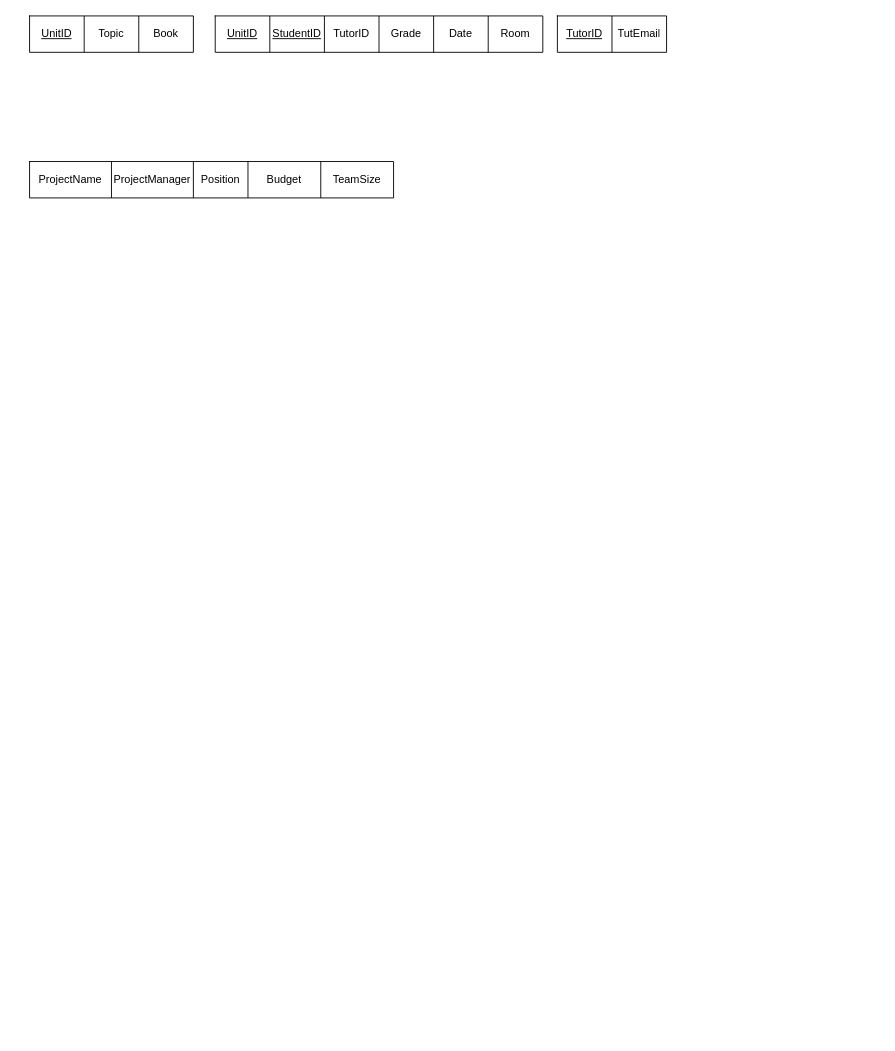
The draw.io diagram Lab5.drawio in AsselyaRaim/Databases-2021, before the edit. Source tidied: cells renumbered, new cells numbered last; positions are measured from the earlier drawing's top-left corner, leaving out a move shared by most shapes. Both pictures are drawn from the tidied source at 91%, with x=0, y=0 at pixel (29, 15).
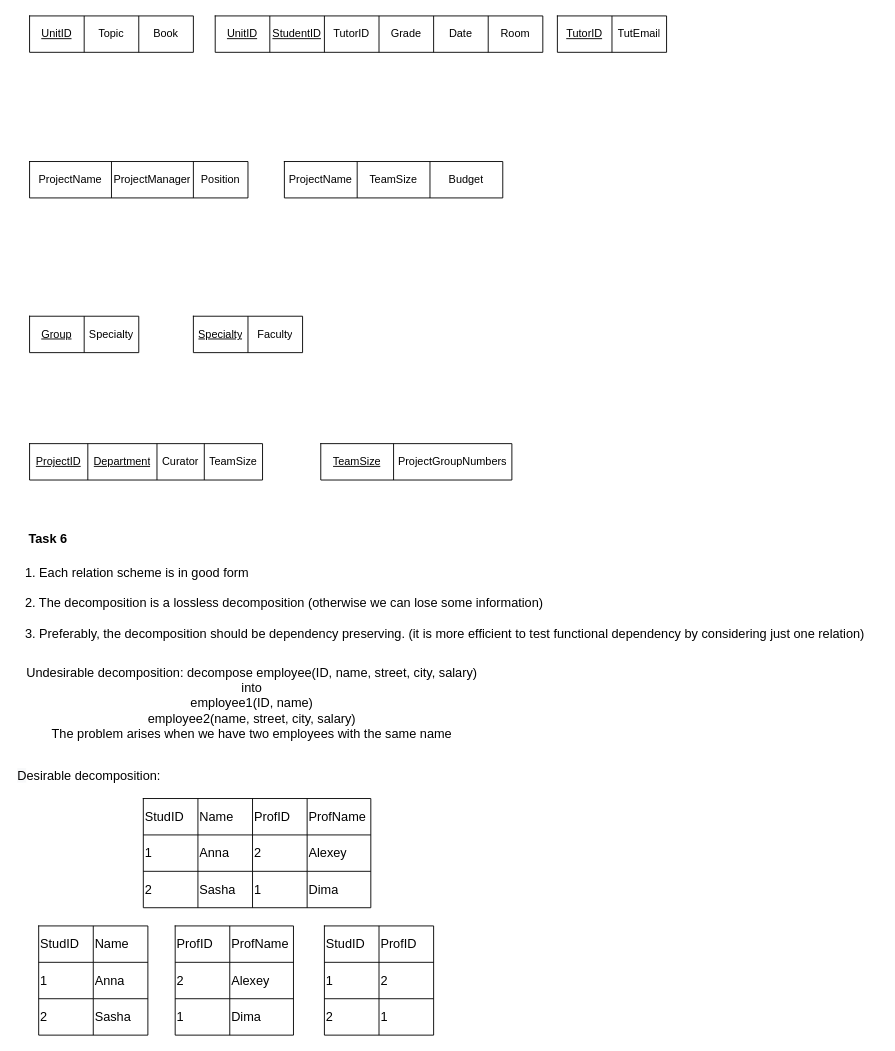
The same page after the edit.

The edit, as a diff of the source:
```diff
@@
     <mxCell id="19" style="shape=table;html=1;whiteSpace=wrap;startSize=0;childLayout=tableLayout;" parent="1" vertex="1">
-      <mxGeometry y="160" width="400" height="40" as="geometry" />
+      <mxGeometry y="160" width="240" height="40" as="geometry" />
     </mxCell>
     <mxCell id="20" style="shape=partialRectangle;html=1;whiteSpace=wrap;fillColor=none;top=0;left=0;bottom=0;right=0;" parent="19" vertex="1">
-      <mxGeometry width="400" height="40" as="geometry" />
+      <mxGeometry width="240" height="40" as="geometry" />
     </mxCell>
@@
+    <mxCell id="26" value="Room" style="shape=partialRectangle;html=1;whiteSpace=wrap;fillColor=none;top=0;left=0;bottom=0;right=0;overflow=hidden;" parent="1" vertex="1">
+      <mxGeometry x="504" width="60" height="40" as="geometry" />
+    </mxCell>
+    <mxCell id="27" style="shape=table;html=1;whiteSpace=wrap;startSize=0;childLayout=tableLayout;" parent="1" vertex="1">
+      <mxGeometry x="280" y="160" width="240" height="40" as="geometry" />
+    </mxCell>
+    <mxCell id="28" style="shape=partialRectangle;html=1;whiteSpace=wrap;fillColor=none;top=0;left=0;bottom=0;right=0;" parent="27" vertex="1">
+      <mxGeometry width="240" height="40" as="geometry" />
+    </mxCell>
+    <mxCell id="29" value="ProjectName" style="shape=partialRectangle;html=1;whiteSpace=wrap;fillColor=none;top=0;left=0;bottom=0;right=0;overflow=hidden;" parent="28" vertex="1">
+      <mxGeometry width="80" height="40" as="geometry" />
+    </mxCell>
+    <mxCell id="30" value="TeamSize" style="shape=partialRectangle;html=1;whiteSpace=wrap;fillColor=none;top=0;left=0;bottom=0;right=0;overflow=hidden;" parent="28" vertex="1">
+      <mxGeometry x="80" width="80" height="40" as="geometry" />
+    </mxCell>
-    <mxCell id="24" value="Budget" style="shape=partialRectangle;html=1;whiteSpace=wrap;fillColor=none;top=0;left=0;bottom=0;right=0;overflow=hidden;" parent="20" vertex="1">
-      <mxGeometry x="240" width="80" height="40" as="geometry" />
+    <mxCell id="24" value="Budget" style="shape=partialRectangle;html=1;whiteSpace=wrap;fillColor=none;top=0;left=0;bottom=0;right=0;overflow=hidden;" parent="28" vertex="1">
+      <mxGeometry x="160" width="80" height="40" as="geometry" />
     </mxCell>
-    <mxCell id="25" value="TeamSize" style="shape=partialRectangle;html=1;whiteSpace=wrap;fillColor=none;top=0;left=0;bottom=0;right=0;overflow=hidden;" parent="20" vertex="1">
-      <mxGeometry x="320" width="80" height="40" as="geometry" />
-    </mxCell>
-    <mxCell id="26" value="Room" style="shape=partialRectangle;html=1;whiteSpace=wrap;fillColor=none;top=0;left=0;bottom=0;right=0;overflow=hidden;" parent="1" vertex="1">
-      <mxGeometry x="504" width="60" height="40" as="geometry" />
-    </mxCell>
+    <mxCell id="31" style="shape=table;html=1;whiteSpace=wrap;startSize=0;childLayout=tableLayout;" parent="1" vertex="1">
+      <mxGeometry y="330" width="120" height="40" as="geometry" />
+    </mxCell>
+    <mxCell id="32" style="shape=partialRectangle;html=1;whiteSpace=wrap;fillColor=none;top=0;left=0;bottom=0;right=0;" parent="31" vertex="1">
+      <mxGeometry width="120" height="40" as="geometry" />
+    </mxCell>
+    <mxCell id="33" value="&lt;u&gt;Group&lt;/u&gt;" style="shape=partialRectangle;html=1;whiteSpace=wrap;fillColor=none;top=0;left=0;bottom=0;right=0;overflow=hidden;" parent="32" vertex="1">
+      <mxGeometry width="60" height="40" as="geometry" />
+    </mxCell>
+    <mxCell id="34" value="Specialty" style="shape=partialRectangle;html=1;whiteSpace=wrap;fillColor=none;top=0;left=0;bottom=0;right=0;overflow=hidden;" parent="32" vertex="1">
+      <mxGeometry x="60" width="60" height="40" as="geometry" />
+    </mxCell>
+    <mxCell id="35" style="shape=table;html=1;whiteSpace=wrap;startSize=0;childLayout=tableLayout;" parent="1" vertex="1">
+      <mxGeometry x="180" y="330" width="120" height="40" as="geometry" />
+    </mxCell>
+    <mxCell id="36" style="shape=partialRectangle;html=1;whiteSpace=wrap;fillColor=none;top=0;left=0;bottom=0;right=0;" parent="35" vertex="1">
+      <mxGeometry width="120" height="40" as="geometry" />
+    </mxCell>
+    <mxCell id="37" value="&lt;u&gt;Specialty&lt;/u&gt;" style="shape=partialRectangle;html=1;whiteSpace=wrap;fillColor=none;top=0;left=0;bottom=0;right=0;overflow=hidden;" parent="36" vertex="1">
+      <mxGeometry width="60" height="40" as="geometry" />
+    </mxCell>
+    <mxCell id="38" value="Faculty" style="shape=partialRectangle;html=1;whiteSpace=wrap;fillColor=none;top=0;left=0;bottom=0;right=0;overflow=hidden;" parent="36" vertex="1">
+      <mxGeometry x="60" width="60" height="40" as="geometry" />
+    </mxCell>
+    <mxCell id="39" style="shape=table;html=1;whiteSpace=wrap;startSize=0;childLayout=tableLayout;" parent="1" vertex="1">
+      <mxGeometry y="470" width="256" height="40" as="geometry" />
+    </mxCell>
+    <mxCell id="40" style="shape=partialRectangle;html=1;whiteSpace=wrap;fillColor=none;top=0;left=0;bottom=0;right=0;" parent="39" vertex="1">
+      <mxGeometry width="256" height="40" as="geometry" />
+    </mxCell>
+    <mxCell id="41" value="&lt;u&gt;ProjectID&lt;/u&gt;" style="shape=partialRectangle;html=1;whiteSpace=wrap;fillColor=none;top=0;left=0;bottom=0;right=0;overflow=hidden;" parent="40" vertex="1">
+      <mxGeometry width="64" height="40" as="geometry" />
+    </mxCell>
+    <mxCell id="42" value="&lt;u&gt;Department&lt;/u&gt;" style="shape=partialRectangle;html=1;whiteSpace=wrap;fillColor=none;top=0;left=0;bottom=0;right=0;overflow=hidden;" parent="40" vertex="1">
+      <mxGeometry x="64" width="76" height="40" as="geometry" />
+    </mxCell>
+    <mxCell id="43" value="Curator" style="shape=partialRectangle;html=1;whiteSpace=wrap;fillColor=none;top=0;left=0;bottom=0;right=0;overflow=hidden;" parent="40" vertex="1">
+      <mxGeometry x="140" width="52" height="40" as="geometry" />
+    </mxCell>
+    <mxCell id="44" value="TeamSize" style="shape=partialRectangle;html=1;whiteSpace=wrap;fillColor=none;top=0;left=0;bottom=0;right=0;overflow=hidden;" parent="40" vertex="1">
+      <mxGeometry x="192" width="64" height="40" as="geometry" />
+    </mxCell>
+    <mxCell id="45" style="shape=table;html=1;whiteSpace=wrap;startSize=0;childLayout=tableLayout;" parent="1" vertex="1">
+      <mxGeometry x="320" y="470" width="210" height="40" as="geometry" />
+    </mxCell>
+    <mxCell id="46" style="shape=partialRectangle;html=1;whiteSpace=wrap;fillColor=none;top=0;left=0;bottom=0;right=0;" parent="45" vertex="1">
+      <mxGeometry width="210" height="40" as="geometry" />
+    </mxCell>
+    <mxCell id="47" value="&lt;u&gt;TeamSize&lt;/u&gt;" style="shape=partialRectangle;html=1;whiteSpace=wrap;fillColor=none;top=0;left=0;bottom=0;right=0;overflow=hidden;" parent="46" vertex="1">
+      <mxGeometry width="80" height="40" as="geometry" />
+    </mxCell>
+    <mxCell id="48" value="ProjectGroupNumbers" style="shape=partialRectangle;html=1;whiteSpace=wrap;fillColor=none;top=0;left=0;bottom=0;right=0;overflow=hidden;" parent="46" vertex="1">
+      <mxGeometry x="80" width="130" height="40" as="geometry" />
+    </mxCell>
+    <mxCell id="49" value="Task 6" style="text;html=1;align=center;verticalAlign=middle;strokeColor=none;fillColor=none;fontSize=14;fontStyle=1;" parent="1" vertex="1">
+      <mxGeometry x="-10" y="565" width="60" height="20" as="geometry" />
+    </mxCell>
+    <mxCell id="50" value="&lt;div style=&quot;text-align: left ; font-size: 14px&quot;&gt;&lt;span&gt;&lt;font style=&quot;font-size: 14px&quot;&gt;1.&amp;nbsp;&lt;/font&gt;&lt;/span&gt;&lt;span&gt;Each relation scheme is in good form&lt;/span&gt;&lt;/div&gt;&lt;div style=&quot;text-align: left ; font-size: 14px&quot;&gt;&lt;span&gt;&lt;br&gt;&lt;/span&gt;&lt;/div&gt;&lt;div style=&quot;text-align: left ; font-size: 14px&quot;&gt;&lt;span&gt;&lt;font style=&quot;font-size: 14px&quot;&gt;2. The decomposition is a lossless decomposition (otherwise we can lose some information)&lt;/font&gt;&lt;/span&gt;&lt;/div&gt;&lt;font style=&quot;font-size: 14px&quot;&gt;&lt;br&gt;3. Preferably, the decomposition should be dependency preserving. (it is more efficient to test functional dependency by considering just one relation)&amp;nbsp;&amp;nbsp;&lt;/font&gt;" style="text;html=1;align=center;verticalAlign=middle;strokeColor=none;fillColor=none;" parent="1" vertex="1">
+      <mxGeometry x="-15" y="610" width="950" height="70" as="geometry" />
+    </mxCell>
+    <mxCell id="51" value="&lt;div&gt;Undesirable decomposition: decompose employee(ID, name, street, city, salary)&lt;/div&gt;&lt;div&gt;into&lt;/div&gt;&lt;div&gt;employee1(ID, name)&lt;/div&gt;&lt;div&gt;employee2(name, street, city, salary)&lt;/div&gt;&lt;div&gt;The problem arises when we have two employees with the same name&lt;/div&gt;" style="text;html=1;align=center;verticalAlign=middle;strokeColor=none;fillColor=none;fontSize=14;" parent="1" vertex="1">
+      <mxGeometry x="-11" y="710" width="510" height="90" as="geometry" />
+    </mxCell>
+    <mxCell id="52" value="&lt;div style=&quot;color: rgb(0 , 0 , 0) ; font-family: &amp;#34;helvetica&amp;#34; ; font-size: 14px ; font-style: normal ; font-weight: 400 ; letter-spacing: normal ; text-align: center ; text-indent: 0px ; text-transform: none ; word-spacing: 0px&quot;&gt;&lt;span style=&quot;background-color: rgb(248 , 249 , 250)&quot;&gt;D&lt;/span&gt;&lt;span style=&quot;background-color: rgb(255 , 255 , 255)&quot;&gt;esirable decomposition:&amp;nbsp;&amp;nbsp;&lt;/span&gt;&lt;/div&gt;" style="text;whiteSpace=wrap;html=1;fontSize=14;" parent="1" vertex="1">
+      <mxGeometry x="-15" y="820" width="530" height="100" as="geometry" />
+    </mxCell>
+    <mxCell id="53" style="shape=table;html=1;whiteSpace=wrap;startSize=0;childLayout=tableLayout;labelBackgroundColor=#FFFFFF;fontSize=14;align=left;" parent="1" vertex="1">
+      <mxGeometry x="125" y="860" width="250" height="120" as="geometry" />
+    </mxCell>
+    <mxCell id="54" style="shape=partialRectangle;html=1;whiteSpace=wrap;fillColor=none;top=0;left=0;bottom=0;right=0;labelBackgroundColor=#FFFFFF;fontSize=14;align=left;" parent="53" vertex="1">
+      <mxGeometry width="250" height="40" as="geometry" />
+    </mxCell>
+    <mxCell id="55" value="StudID" style="shape=partialRectangle;html=1;whiteSpace=wrap;fillColor=none;top=0;left=0;bottom=0;right=0;overflow=hidden;labelBackgroundColor=#FFFFFF;fontSize=14;align=left;" parent="54" vertex="1">
+      <mxGeometry width="60" height="40" as="geometry" />
+    </mxCell>
+    <mxCell id="56" value="Name" style="shape=partialRectangle;html=1;whiteSpace=wrap;fillColor=none;top=0;left=0;bottom=0;right=0;overflow=hidden;labelBackgroundColor=#FFFFFF;fontSize=14;align=left;" parent="54" vertex="1">
+      <mxGeometry x="60" width="60" height="40" as="geometry" />
+    </mxCell>
+    <mxCell id="57" value="ProfID" style="shape=partialRectangle;html=1;whiteSpace=wrap;fillColor=none;top=0;left=0;bottom=0;right=0;overflow=hidden;labelBackgroundColor=#FFFFFF;fontSize=14;align=left;" parent="54" vertex="1">
+      <mxGeometry x="120" width="60" height="40" as="geometry" />
+    </mxCell>
+    <mxCell id="58" value="ProfName" style="shape=partialRectangle;html=1;whiteSpace=wrap;fillColor=none;top=0;left=0;bottom=0;right=0;overflow=hidden;labelBackgroundColor=#FFFFFF;fontSize=14;align=left;" parent="54" vertex="1">
+      <mxGeometry x="180" width="70" height="40" as="geometry" />
+    </mxCell>
+    <mxCell id="59" style="shape=partialRectangle;html=1;whiteSpace=wrap;fillColor=none;top=0;left=0;bottom=0;right=0;labelBackgroundColor=#FFFFFF;fontSize=14;align=left;" parent="53" vertex="1">
+      <mxGeometry y="40" width="250" height="40" as="geometry" />
+    </mxCell>
+    <mxCell id="60" value="1" style="shape=partialRectangle;html=1;whiteSpace=wrap;fillColor=none;top=0;left=0;bottom=0;right=0;overflow=hidden;labelBackgroundColor=#FFFFFF;fontSize=14;align=left;" parent="59" vertex="1">
+      <mxGeometry width="60" height="40" as="geometry" />
+    </mxCell>
+    <mxCell id="61" value="Anna" style="shape=partialRectangle;html=1;whiteSpace=wrap;fillColor=none;top=0;left=0;bottom=0;right=0;overflow=hidden;labelBackgroundColor=#FFFFFF;fontSize=14;align=left;" parent="59" vertex="1">
+      <mxGeometry x="60" width="60" height="40" as="geometry" />
+    </mxCell>
+    <mxCell id="62" value="2" style="shape=partialRectangle;html=1;whiteSpace=wrap;fillColor=none;top=0;left=0;bottom=0;right=0;overflow=hidden;labelBackgroundColor=#FFFFFF;fontSize=14;align=left;" parent="59" vertex="1">
+      <mxGeometry x="120" width="60" height="40" as="geometry" />
+    </mxCell>
+    <mxCell id="63" value="Alexey" style="shape=partialRectangle;html=1;whiteSpace=wrap;fillColor=none;top=0;left=0;bottom=0;right=0;overflow=hidden;labelBackgroundColor=#FFFFFF;fontSize=14;align=left;" parent="59" vertex="1">
+      <mxGeometry x="180" width="70" height="40" as="geometry" />
+    </mxCell>
+    <mxCell id="64" style="shape=partialRectangle;html=1;whiteSpace=wrap;fillColor=none;top=0;left=0;bottom=0;right=0;labelBackgroundColor=#FFFFFF;fontSize=14;align=left;" parent="53" vertex="1">
+      <mxGeometry y="80" width="250" height="40" as="geometry" />
+    </mxCell>
+    <mxCell id="65" value="2" style="shape=partialRectangle;html=1;whiteSpace=wrap;fillColor=none;top=0;left=0;bottom=0;right=0;overflow=hidden;labelBackgroundColor=#FFFFFF;fontSize=14;align=left;" parent="64" vertex="1">
+      <mxGeometry width="60" height="40" as="geometry" />
+    </mxCell>
+    <mxCell id="66" value="Sasha" style="shape=partialRectangle;html=1;whiteSpace=wrap;fillColor=none;top=0;left=0;bottom=0;right=0;overflow=hidden;labelBackgroundColor=#FFFFFF;fontSize=14;align=left;" parent="64" vertex="1">
+      <mxGeometry x="60" width="60" height="40" as="geometry" />
+    </mxCell>
+    <mxCell id="67" value="1" style="shape=partialRectangle;html=1;whiteSpace=wrap;fillColor=none;top=0;left=0;bottom=0;right=0;overflow=hidden;labelBackgroundColor=#FFFFFF;fontSize=14;align=left;" parent="64" vertex="1">
+      <mxGeometry x="120" width="60" height="40" as="geometry" />
+    </mxCell>
+    <mxCell id="68" value="Dima" style="shape=partialRectangle;html=1;whiteSpace=wrap;fillColor=none;top=0;left=0;bottom=0;right=0;overflow=hidden;labelBackgroundColor=#FFFFFF;fontSize=14;align=left;" parent="64" vertex="1">
+      <mxGeometry x="180" width="70" height="40" as="geometry" />
+    </mxCell>
+    <mxCell id="69" style="shape=table;html=1;whiteSpace=wrap;startSize=0;childLayout=tableLayout;labelBackgroundColor=#FFFFFF;fontSize=14;align=left;" parent="1" vertex="1">
+      <mxGeometry x="10" y="1000" width="120" height="120" as="geometry" />
+    </mxCell>
+    <mxCell id="70" style="shape=partialRectangle;html=1;whiteSpace=wrap;fillColor=none;top=0;left=0;bottom=0;right=0;labelBackgroundColor=#FFFFFF;fontSize=14;align=left;" parent="69" vertex="1">
+      <mxGeometry width="120" height="40" as="geometry" />
+    </mxCell>
+    <mxCell id="71" value="StudID" style="shape=partialRectangle;html=1;whiteSpace=wrap;fillColor=none;top=0;left=0;bottom=0;right=0;overflow=hidden;labelBackgroundColor=#FFFFFF;fontSize=14;align=left;" parent="70" vertex="1">
+      <mxGeometry width="60" height="40" as="geometry" />
+    </mxCell>
+    <mxCell id="72" value="Name" style="shape=partialRectangle;html=1;whiteSpace=wrap;fillColor=none;top=0;left=0;bottom=0;right=0;overflow=hidden;labelBackgroundColor=#FFFFFF;fontSize=14;align=left;" parent="70" vertex="1">
+      <mxGeometry x="60" width="60" height="40" as="geometry" />
+    </mxCell>
+    <mxCell id="73" style="shape=partialRectangle;html=1;whiteSpace=wrap;fillColor=none;top=0;left=0;bottom=0;right=0;labelBackgroundColor=#FFFFFF;fontSize=14;align=left;" parent="69" vertex="1">
+      <mxGeometry y="40" width="120" height="40" as="geometry" />
+    </mxCell>
+    <mxCell id="74" value="1" style="shape=partialRectangle;html=1;whiteSpace=wrap;fillColor=none;top=0;left=0;bottom=0;right=0;overflow=hidden;labelBackgroundColor=#FFFFFF;fontSize=14;align=left;" parent="73" vertex="1">
+      <mxGeometry width="60" height="40" as="geometry" />
+    </mxCell>
+    <mxCell id="75" value="Anna" style="shape=partialRectangle;html=1;whiteSpace=wrap;fillColor=none;top=0;left=0;bottom=0;right=0;overflow=hidden;labelBackgroundColor=#FFFFFF;fontSize=14;align=left;" parent="73" vertex="1">
+      <mxGeometry x="60" width="60" height="40" as="geometry" />
+    </mxCell>
+    <mxCell id="76" style="shape=partialRectangle;html=1;whiteSpace=wrap;fillColor=none;top=0;left=0;bottom=0;right=0;labelBackgroundColor=#FFFFFF;fontSize=14;align=left;" parent="69" vertex="1">
+      <mxGeometry y="80" width="120" height="40" as="geometry" />
+    </mxCell>
+    <mxCell id="77" value="2" style="shape=partialRectangle;html=1;whiteSpace=wrap;fillColor=none;top=0;left=0;bottom=0;right=0;overflow=hidden;labelBackgroundColor=#FFFFFF;fontSize=14;align=left;" parent="76" vertex="1">
+      <mxGeometry width="60" height="40" as="geometry" />
+    </mxCell>
+    <mxCell id="78" value="Sasha" style="shape=partialRectangle;html=1;whiteSpace=wrap;fillColor=none;top=0;left=0;bottom=0;right=0;overflow=hidden;labelBackgroundColor=#FFFFFF;fontSize=14;align=left;" parent="76" vertex="1">
+      <mxGeometry x="60" width="60" height="40" as="geometry" />
+    </mxCell>
+    <mxCell id="79" style="shape=table;html=1;whiteSpace=wrap;startSize=0;childLayout=tableLayout;labelBackgroundColor=#FFFFFF;fontSize=14;align=left;" parent="1" vertex="1">
+      <mxGeometry x="160" y="1000" width="130" height="120" as="geometry" />
+    </mxCell>
+    <mxCell id="80" style="shape=partialRectangle;html=1;whiteSpace=wrap;fillColor=none;top=0;left=0;bottom=0;right=0;labelBackgroundColor=#FFFFFF;fontSize=14;align=left;" parent="79" vertex="1">
+      <mxGeometry width="130" height="40" as="geometry" />
+    </mxCell>
+    <mxCell id="81" value="ProfID" style="shape=partialRectangle;html=1;whiteSpace=wrap;fillColor=none;top=0;left=0;bottom=0;right=0;overflow=hidden;labelBackgroundColor=#FFFFFF;fontSize=14;align=left;" parent="80" vertex="1">
+      <mxGeometry width="60" height="40" as="geometry" />
+    </mxCell>
+    <mxCell id="82" value="ProfName" style="shape=partialRectangle;html=1;whiteSpace=wrap;fillColor=none;top=0;left=0;bottom=0;right=0;overflow=hidden;labelBackgroundColor=#FFFFFF;fontSize=14;align=left;" parent="80" vertex="1">
+      <mxGeometry x="60" width="70" height="40" as="geometry" />
+    </mxCell>
+    <mxCell id="83" style="shape=partialRectangle;html=1;whiteSpace=wrap;fillColor=none;top=0;left=0;bottom=0;right=0;labelBackgroundColor=#FFFFFF;fontSize=14;align=left;" parent="79" vertex="1">
+      <mxGeometry y="40" width="130" height="40" as="geometry" />
+    </mxCell>
+    <mxCell id="84" value="2" style="shape=partialRectangle;html=1;whiteSpace=wrap;fillColor=none;top=0;left=0;bottom=0;right=0;overflow=hidden;labelBackgroundColor=#FFFFFF;fontSize=14;align=left;" parent="83" vertex="1">
+      <mxGeometry width="60" height="40" as="geometry" />
+    </mxCell>
+    <mxCell id="85" value="Alexey" style="shape=partialRectangle;html=1;whiteSpace=wrap;fillColor=none;top=0;left=0;bottom=0;right=0;overflow=hidden;labelBackgroundColor=#FFFFFF;fontSize=14;align=left;" parent="83" vertex="1">
+      <mxGeometry x="60" width="70" height="40" as="geometry" />
+    </mxCell>
+    <mxCell id="86" style="shape=partialRectangle;html=1;whiteSpace=wrap;fillColor=none;top=0;left=0;bottom=0;right=0;labelBackgroundColor=#FFFFFF;fontSize=14;align=left;" parent="79" vertex="1">
+      <mxGeometry y="80" width="130" height="40" as="geometry" />
+    </mxCell>
+    <mxCell id="87" value="1" style="shape=partialRectangle;html=1;whiteSpace=wrap;fillColor=none;top=0;left=0;bottom=0;right=0;overflow=hidden;labelBackgroundColor=#FFFFFF;fontSize=14;align=left;" parent="86" vertex="1">
+      <mxGeometry width="60" height="40" as="geometry" />
+    </mxCell>
+    <mxCell id="88" value="Dima" style="shape=partialRectangle;html=1;whiteSpace=wrap;fillColor=none;top=0;left=0;bottom=0;right=0;overflow=hidden;labelBackgroundColor=#FFFFFF;fontSize=14;align=left;" parent="86" vertex="1">
+      <mxGeometry x="60" width="70" height="40" as="geometry" />
+    </mxCell>
+    <mxCell id="89" style="shape=table;html=1;whiteSpace=wrap;startSize=0;childLayout=tableLayout;labelBackgroundColor=#FFFFFF;fontSize=14;align=left;" parent="1" vertex="1">
+      <mxGeometry x="324" y="1000" width="120" height="120" as="geometry" />
+    </mxCell>
+    <mxCell id="90" style="shape=partialRectangle;html=1;whiteSpace=wrap;fillColor=none;top=0;left=0;bottom=0;right=0;labelBackgroundColor=#FFFFFF;fontSize=14;align=left;" parent="89" vertex="1">
+      <mxGeometry width="120" height="40" as="geometry" />
+    </mxCell>
+    <mxCell id="91" value="StudID" style="shape=partialRectangle;html=1;whiteSpace=wrap;fillColor=none;top=0;left=0;bottom=0;right=0;overflow=hidden;labelBackgroundColor=#FFFFFF;fontSize=14;align=left;" parent="90" vertex="1">
+      <mxGeometry width="60" height="40" as="geometry" />
+    </mxCell>
+    <mxCell id="92" value="ProfID" style="shape=partialRectangle;html=1;whiteSpace=wrap;fillColor=none;top=0;left=0;bottom=0;right=0;overflow=hidden;labelBackgroundColor=#FFFFFF;fontSize=14;align=left;" parent="90" vertex="1">
+      <mxGeometry x="60" width="60" height="40" as="geometry" />
+    </mxCell>
+    <mxCell id="93" style="shape=partialRectangle;html=1;whiteSpace=wrap;fillColor=none;top=0;left=0;bottom=0;right=0;labelBackgroundColor=#FFFFFF;fontSize=14;align=left;" parent="89" vertex="1">
+      <mxGeometry y="40" width="120" height="40" as="geometry" />
+    </mxCell>
+    <mxCell id="94" value="1" style="shape=partialRectangle;html=1;whiteSpace=wrap;fillColor=none;top=0;left=0;bottom=0;right=0;overflow=hidden;labelBackgroundColor=#FFFFFF;fontSize=14;align=left;" parent="93" vertex="1">
+      <mxGeometry width="60" height="40" as="geometry" />
+    </mxCell>
+    <mxCell id="95" value="2" style="shape=partialRectangle;html=1;whiteSpace=wrap;fillColor=none;top=0;left=0;bottom=0;right=0;overflow=hidden;labelBackgroundColor=#FFFFFF;fontSize=14;align=left;" parent="93" vertex="1">
+      <mxGeometry x="60" width="60" height="40" as="geometry" />
+    </mxCell>
+    <mxCell id="96" style="shape=partialRectangle;html=1;whiteSpace=wrap;fillColor=none;top=0;left=0;bottom=0;right=0;labelBackgroundColor=#FFFFFF;fontSize=14;align=left;" parent="89" vertex="1">
+      <mxGeometry y="80" width="120" height="40" as="geometry" />
+    </mxCell>
+    <mxCell id="97" value="2" style="shape=partialRectangle;html=1;whiteSpace=wrap;fillColor=none;top=0;left=0;bottom=0;right=0;overflow=hidden;labelBackgroundColor=#FFFFFF;fontSize=14;align=left;" parent="96" vertex="1">
+      <mxGeometry width="60" height="40" as="geometry" />
+    </mxCell>
+    <mxCell id="98" value="1" style="shape=partialRectangle;html=1;whiteSpace=wrap;fillColor=none;top=0;left=0;bottom=0;right=0;overflow=hidden;labelBackgroundColor=#FFFFFF;fontSize=14;align=left;" parent="96" vertex="1">
+      <mxGeometry x="60" width="60" height="40" as="geometry" />
+    </mxCell>
```
